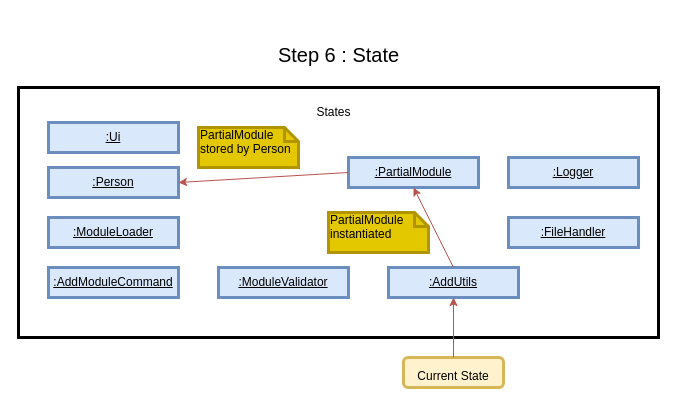
The draw.io diagram docs/base/addModuleCommand_state6.drawio in vanessa-kang/tp, before the edit. Source tidied: cells renumbered, new cells numbered last; positions are measured from the earlier drawing's top-left corner, leaving out a move shared by most shapes. Both pictures are drawn from the tidied source at 100%, with x=0, y=0 at pixel (18, 17).
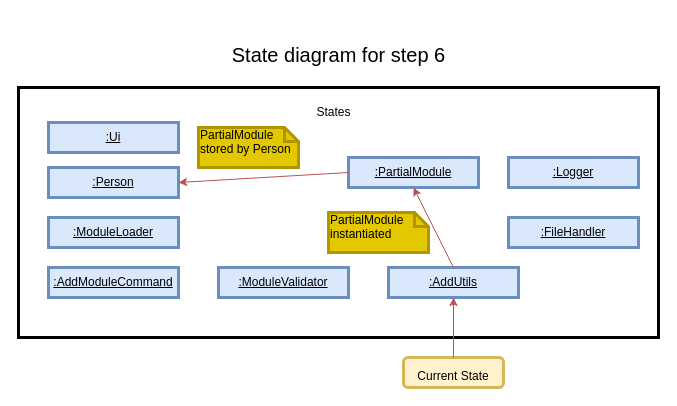
The same diagram, later.

What changed in the source:
```diff
@@
 <mxGraphModel>
   <root>
     <mxCell id="0" />
     <mxCell id="1" parent="0" />
     <mxCell id="2" style="rounded=0;whiteSpace=wrap;html=1;strokeWidth=3;" parent="1" vertex="1">
       <mxGeometry y="70" width="640" height="250" as="geometry" />
     </mxCell>
-    <mxCell id="3" value="&lt;font style=&quot;font-size: 20px&quot;&gt;Step 6 : State&lt;/font&gt;" style="text;html=1;align=center;verticalAlign=middle;fontSize=40;" parent="1" vertex="1">
-      <mxGeometry x="250" width="140" height="60" as="geometry" />
+    <mxCell id="3" value="&lt;font style=&quot;font-size: 20px&quot;&gt;State diagram for step 6&lt;/font&gt;" style="text;html=1;align=center;verticalAlign=middle;fontSize=40;" parent="1" vertex="1">
+      <mxGeometry x="205" width="230" height="60" as="geometry" />
     </mxCell>
     <mxCell id="4" value="States" style="text;html=1;align=center;verticalAlign=middle;fontSize=12;" parent="1" vertex="1">
       <mxGeometry x="290" y="85" width="50" height="20" as="geometry" />
     </mxCell>
     <mxCell id="5" value="&lt;font style=&quot;font-size: 12px&quot;&gt;Current State&lt;/font&gt;" style="rounded=1;whiteSpace=wrap;html=1;strokeWidth=3;fontSize=20;fillColor=#fff2cc;strokeColor=#d6b656;" parent="1" vertex="1">
       <mxGeometry x="385" y="340" width="100" height="30" as="geometry" />
     </mxCell>
     <mxCell id="6" value="&lt;u&gt;:AddModuleCommand&lt;/u&gt;" style="rounded=0;whiteSpace=wrap;html=1;strokeWidth=3;fontSize=12;fillColor=#dae8fc;strokeColor=#6c8ebf;" parent="1" vertex="1">
       <mxGeometry x="30" y="250" width="130" height="30" as="geometry" />
     </mxCell>
     <mxCell id="7" value="&lt;u&gt;:ModuleValidator&lt;/u&gt;" style="rounded=0;whiteSpace=wrap;html=1;strokeWidth=3;fontSize=12;fillColor=#dae8fc;strokeColor=#6c8ebf;" parent="1" vertex="1">
       <mxGeometry x="200" y="250" width="130" height="30" as="geometry" />
     </mxCell>
     <mxCell id="8" value="&lt;u&gt;:AddUtils&lt;/u&gt;" style="rounded=0;whiteSpace=wrap;html=1;strokeWidth=3;fontSize=12;fillColor=#dae8fc;strokeColor=#6c8ebf;" parent="1" vertex="1">
       <mxGeometry x="370" y="250" width="130" height="30" as="geometry" />
     </mxCell>
     <mxCell id="9" style="endArrow=classic;html=1;fontSize=12;exitX=0.5;exitY=0;exitDx=0;exitDy=0;entryX=0.5;entryY=1;entryDx=0;entryDy=0;fillColor=#f8cecc;strokeColor=#b85450;" parent="1" edge="1" source="5" target="8">
       <mxGeometry relative="1" as="geometry" />
     </mxCell>
     <mxCell id="10" value="&lt;u&gt;:Ui&lt;/u&gt;" style="rounded=0;whiteSpace=wrap;html=1;strokeWidth=3;fontSize=12;fillColor=#dae8fc;strokeColor=#6c8ebf;" parent="1" vertex="1">
       <mxGeometry x="30" y="105" width="130" height="30" as="geometry" />
     </mxCell>
     <mxCell id="11" value="&lt;u&gt;:Person&lt;/u&gt;" style="rounded=0;whiteSpace=wrap;html=1;strokeWidth=3;fontSize=12;fillColor=#dae8fc;strokeColor=#6c8ebf;" parent="1" vertex="1">
       <mxGeometry x="30" y="150" width="130" height="30" as="geometry" />
     </mxCell>
     <mxCell id="12" value="&lt;u&gt;:ModuleLoader&lt;/u&gt;" style="rounded=0;whiteSpace=wrap;html=1;strokeWidth=3;fontSize=12;fillColor=#dae8fc;strokeColor=#6c8ebf;" parent="1" vertex="1">
       <mxGeometry x="30" y="200" width="130" height="30" as="geometry" />
     </mxCell>
     <mxCell id="13" value="&lt;u&gt;:FileHandler&lt;/u&gt;" style="rounded=0;whiteSpace=wrap;html=1;strokeWidth=3;fontSize=12;fillColor=#dae8fc;strokeColor=#6c8ebf;" parent="1" vertex="1">
       <mxGeometry x="490" y="200" width="130" height="30" as="geometry" />
     </mxCell>
     <mxCell id="14" value="&lt;u&gt;:Logger&lt;/u&gt;" style="rounded=0;whiteSpace=wrap;html=1;strokeWidth=3;fontSize=12;fillColor=#dae8fc;strokeColor=#6c8ebf;" parent="1" vertex="1">
       <mxGeometry x="490" y="140" width="130" height="30" as="geometry" />
     </mxCell>
     <mxCell id="15" value="&lt;u&gt;:PartialModule&lt;/u&gt;" style="rounded=0;whiteSpace=wrap;html=1;strokeWidth=3;fontSize=12;fillColor=#dae8fc;strokeColor=#6c8ebf;" parent="1" vertex="1">
       <mxGeometry x="330" y="140" width="130" height="30" as="geometry" />
     </mxCell>
     <mxCell id="16" style="endArrow=classic;html=1;fontSize=12;exitX=0.5;exitY=0;exitDx=0;exitDy=0;entryX=0.5;entryY=1;entryDx=0;entryDy=0;fillColor=#f8cecc;strokeColor=#b85450;" parent="1" edge="1" source="8" target="15">
       <mxGeometry relative="1" as="geometry" />
     </mxCell>
     <mxCell id="17" value="&lt;font color=&quot;#000000&quot;&gt;PartialModule instantiated&lt;/font&gt;" style="shape=note;whiteSpace=wrap;html=1;size=14;verticalAlign=top;align=left;spacingTop=-6;strokeWidth=3;fontSize=12;fillColor=#e3c800;strokeColor=#B09500;fontColor=#ffffff;" parent="1" vertex="1">
       <mxGeometry x="310" y="195" width="100" height="40" as="geometry" />
     </mxCell>
     <mxCell id="18" style="endArrow=classic;html=1;fontSize=12;exitX=0;exitY=0.5;exitDx=0;exitDy=0;entryX=1;entryY=0.5;entryDx=0;entryDy=0;fillColor=#f8cecc;strokeColor=#b85450;" parent="1" edge="1" source="15" target="11">
       <mxGeometry relative="1" as="geometry" />
     </mxCell>
     <mxCell id="19" value="&lt;font color=&quot;#000000&quot;&gt;PartialModule stored by Person&lt;/font&gt;" style="shape=note;whiteSpace=wrap;html=1;size=14;verticalAlign=top;align=left;spacingTop=-6;strokeWidth=3;fontSize=12;fillColor=#e3c800;strokeColor=#B09500;fontColor=#ffffff;" parent="1" vertex="1">
       <mxGeometry x="180" y="110" width="100" height="40" as="geometry" />
     </mxCell>
   </root>
 </mxGraphModel>
```
